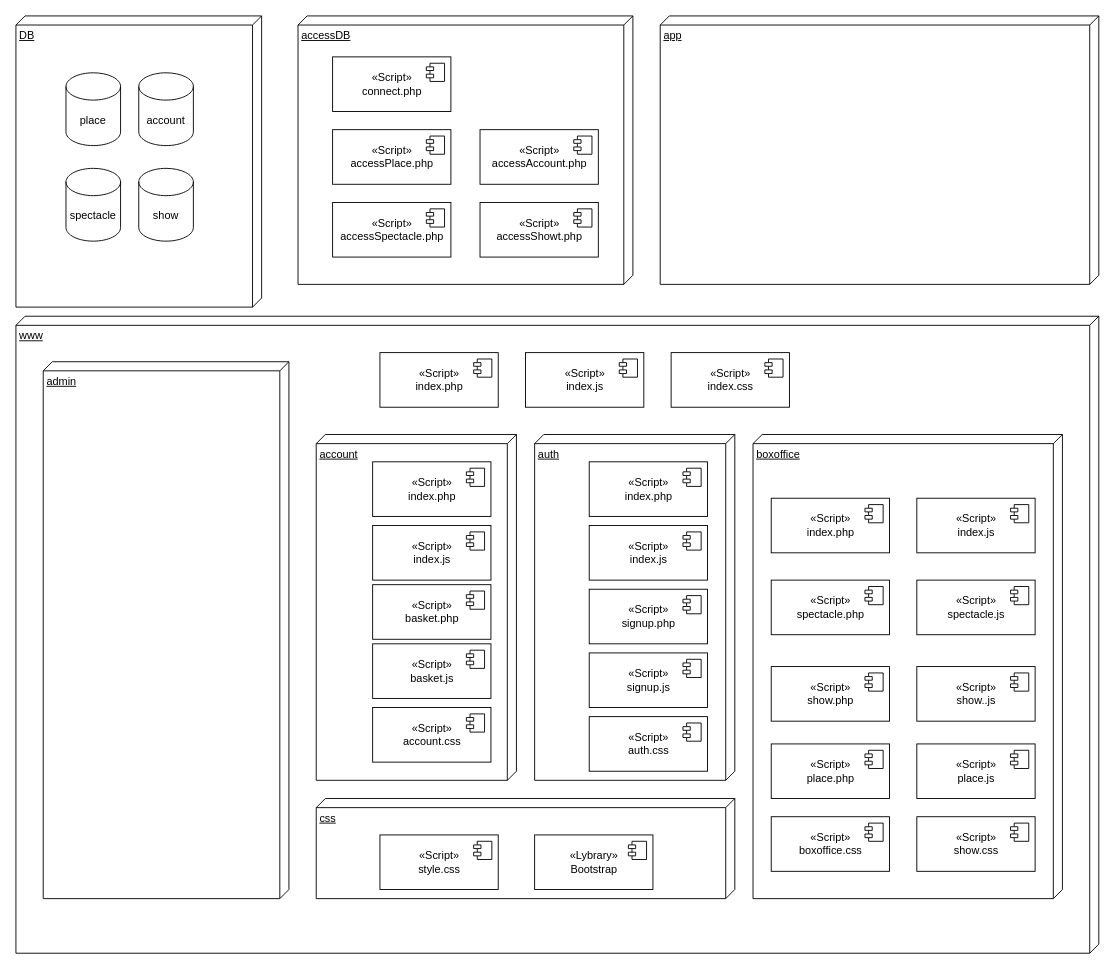
This is page "diagramme de composants" (5 of 7) of analyse/Diagramme sans nom.drawio from baptisteRiviere/SpectacleHallManagement, a draw.io file, before an edit. Source tidied: cells renumbered, new cells numbered last; positions are measured from the earlier drawing's top-left corner, leaving out a move shared by most shapes. Both pictures are drawn from the tidied source at 91%, with x=0, y=0 at pixel (15, 15).
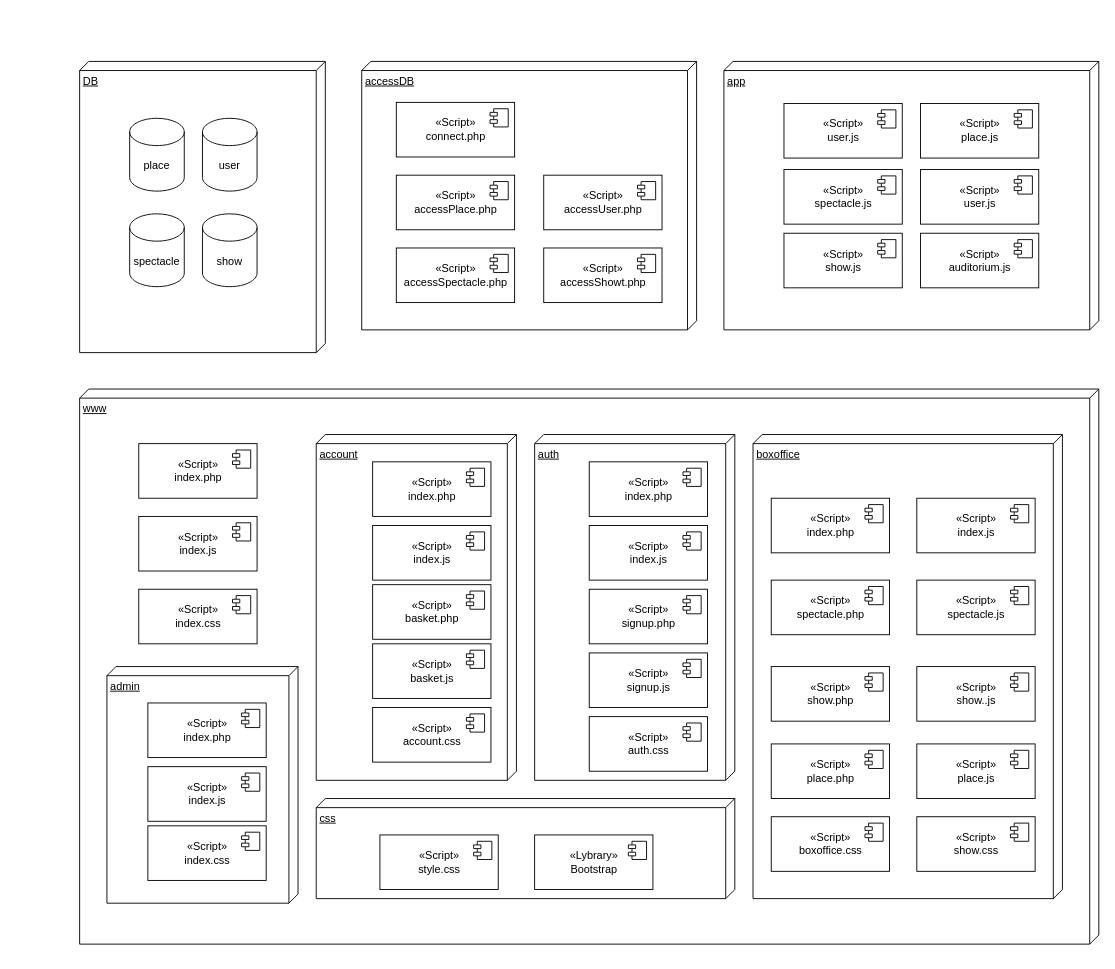
The same page after the edit.

Change to the diagram source:
```diff
@@
     <mxCell id="2" value="DB" style="verticalAlign=top;align=left;spacingTop=8;spacingLeft=2;spacingRight=12;shape=cube;size=10;direction=south;fontStyle=4;html=1;" parent="1" vertex="1">
-      <mxGeometry width="270" height="320" as="geometry" />
+      <mxGeometry x="70" y="50" width="270" height="320" as="geometry" />
     </mxCell>
     <mxCell id="3" value="www" style="verticalAlign=top;align=left;spacingTop=8;spacingLeft=2;spacingRight=12;shape=cube;size=10;direction=south;fontStyle=4;html=1;" parent="1" vertex="1">
-      <mxGeometry y="330" width="1190" height="700" as="geometry" />
+      <mxGeometry x="70" y="410" width="1120" height="610" as="geometry" />
     </mxCell>
@@
     <mxCell id="5" value="app" style="verticalAlign=top;align=left;spacingTop=8;spacingLeft=2;spacingRight=12;shape=cube;size=10;direction=south;fontStyle=4;html=1;" parent="1" vertex="1">
-      <mxGeometry x="708" width="482" height="295" as="geometry" />
+      <mxGeometry x="778" y="50" width="412" height="295" as="geometry" />
     </mxCell>
@@
     <mxCell id="7" value="&lt;div&gt;«Script»&lt;/div&gt;&lt;div&gt;index.php&lt;br&gt;&lt;/div&gt;" style="html=1;" parent="1" vertex="1">
-      <mxGeometry x="400" y="370" width="130" height="60" as="geometry" />
+      <mxGeometry x="135" y="470" width="130" height="60" as="geometry" />
     </mxCell>
@@
     <mxCell id="9" value="accessDB" style="verticalAlign=top;align=left;spacingTop=8;spacingLeft=2;spacingRight=12;shape=cube;size=10;direction=south;fontStyle=4;html=1;" parent="1" vertex="1">
-      <mxGeometry x="310" width="368" height="295" as="geometry" />
+      <mxGeometry x="380" y="50" width="368" height="295" as="geometry" />
     </mxCell>
     <mxCell id="10" value="admin" style="verticalAlign=top;align=left;spacingTop=8;spacingLeft=2;spacingRight=12;shape=cube;size=10;direction=south;fontStyle=4;html=1;" parent="1" vertex="1">
-      <mxGeometry x="30" y="380" width="270" height="590" as="geometry" />
+      <mxGeometry x="100" y="715" width="210" height="260" as="geometry" />
     </mxCell>
-    <mxCell id="11" value="account" style="shape=cylinder3;whiteSpace=wrap;html=1;boundedLbl=1;backgroundOutline=1;size=15;" parent="1" vertex="1">
-      <mxGeometry x="135" y="62.5" width="60" height="80" as="geometry" />
+    <mxCell id="11" value="user" style="shape=cylinder3;whiteSpace=wrap;html=1;boundedLbl=1;backgroundOutline=1;size=15;" parent="1" vertex="1">
+      <mxGeometry x="205" y="112.5" width="60" height="80" as="geometry" />
     </mxCell>
     <mxCell id="12" value="place" style="shape=cylinder3;whiteSpace=wrap;html=1;boundedLbl=1;backgroundOutline=1;size=15;" parent="1" vertex="1">
-      <mxGeometry x="55" y="62.5" width="60" height="80" as="geometry" />
+      <mxGeometry x="125" y="112.5" width="60" height="80" as="geometry" />
     </mxCell>
     <mxCell id="13" value="spectacle" style="shape=cylinder3;whiteSpace=wrap;html=1;boundedLbl=1;backgroundOutline=1;size=15;" parent="1" vertex="1">
-      <mxGeometry x="55" y="167.5" width="60" height="80" as="geometry" />
+      <mxGeometry x="125" y="217.5" width="60" height="80" as="geometry" />
     </mxCell>
     <mxCell id="14" value="show" style="shape=cylinder3;whiteSpace=wrap;html=1;boundedLbl=1;backgroundOutline=1;size=15;" parent="1" vertex="1">
-      <mxGeometry x="135" y="167.5" width="60" height="80" as="geometry" />
+      <mxGeometry x="205" y="217.5" width="60" height="80" as="geometry" />
     </mxCell>
@@
     <mxCell id="19" value="&lt;div&gt;«Script»&lt;/div&gt;&lt;div&gt;connect.php&lt;br&gt;&lt;/div&gt;" style="html=1;" parent="1" vertex="1">
-      <mxGeometry x="348" y="45" width="130" height="60" as="geometry" />
+      <mxGeometry x="418" y="95" width="130" height="60" as="geometry" />
     </mxCell>
@@
     <mxCell id="37" value="&lt;div&gt;«Script»&lt;/div&gt;&lt;div&gt;index.js&lt;br&gt;&lt;/div&gt;" style="html=1;" parent="1" vertex="1">
-      <mxGeometry x="560" y="370" width="130" height="60" as="geometry" />
+      <mxGeometry x="135" y="550" width="130" height="60" as="geometry" />
     </mxCell>
@@
     <mxCell id="57" value="&lt;div&gt;«Script»&lt;/div&gt;&lt;div&gt;accessPlace.php&lt;br&gt;&lt;/div&gt;" style="html=1;" parent="1" vertex="1">
-      <mxGeometry x="348" y="125" width="130" height="60" as="geometry" />
+      <mxGeometry x="418" y="175" width="130" height="60" as="geometry" />
     </mxCell>
@@
     <mxCell id="59" value="&lt;div&gt;«Script»&lt;/div&gt;&lt;div&gt;accessSpectacle.php&lt;br&gt;&lt;/div&gt;" style="html=1;" parent="1" vertex="1">
-      <mxGeometry x="348" y="205" width="130" height="60" as="geometry" />
+      <mxGeometry x="418" y="255" width="130" height="60" as="geometry" />
     </mxCell>
@@
     <mxCell id="61" value="&lt;div&gt;«Script»&lt;/div&gt;&lt;div&gt;index.css&lt;br&gt;&lt;/div&gt;" style="html=1;" parent="1" vertex="1">
-      <mxGeometry x="720" y="370" width="130" height="60" as="geometry" />
+      <mxGeometry x="135" y="630" width="130" height="60" as="geometry" />
     </mxCell>
@@
-    <mxCell id="63" value="&lt;div&gt;«Script»&lt;/div&gt;&lt;div&gt;accessAccount.php&lt;br&gt;&lt;/div&gt;" style="html=1;" parent="1" vertex="1">
-      <mxGeometry x="510" y="125" width="130" height="60" as="geometry" />
+    <mxCell id="63" value="&lt;div&gt;«Script»&lt;/div&gt;&lt;div&gt;accessUser.php&lt;br&gt;&lt;/div&gt;" style="html=1;" parent="1" vertex="1">
+      <mxGeometry x="580" y="175" width="130" height="60" as="geometry" />
     </mxCell>
@@
     <mxCell id="65" value="&lt;div&gt;«Script»&lt;/div&gt;&lt;div&gt;accessShowt.php&lt;br&gt;&lt;/div&gt;" style="html=1;" parent="1" vertex="1">
-      <mxGeometry x="510" y="205" width="130" height="60" as="geometry" />
+      <mxGeometry x="580" y="255" width="130" height="60" as="geometry" />
     </mxCell>
@@
+    <mxCell id="75" value="&lt;div&gt;«Script»&lt;/div&gt;&lt;div&gt;index.js&lt;br&gt;&lt;/div&gt;" style="html=1;" parent="1" vertex="1">
+      <mxGeometry x="145" y="825" width="130" height="60" as="geometry" />
+    </mxCell>
+    <mxCell id="76" style="shape=module;jettyWidth=8;jettyHeight=4;" parent="75" vertex="1">
+      <mxGeometry x="1" width="20" height="20" relative="1" as="geometry">
+        <mxPoint x="-27" y="7" as="offset" />
+      </mxGeometry>
+    </mxCell>
+    <mxCell id="77" value="&lt;div&gt;«Script»&lt;/div&gt;&lt;div&gt;index.php&lt;br&gt;&lt;/div&gt;" style="html=1;" parent="1" vertex="1">
+      <mxGeometry x="145" y="755" width="130" height="60" as="geometry" />
+    </mxCell>
+    <mxCell id="78" style="shape=module;jettyWidth=8;jettyHeight=4;" parent="77" vertex="1">
+      <mxGeometry x="1" width="20" height="20" relative="1" as="geometry">
+        <mxPoint x="-27" y="7" as="offset" />
+      </mxGeometry>
+    </mxCell>
+    <mxCell id="79" value="&lt;div&gt;«Script»&lt;/div&gt;&lt;div&gt;index.css&lt;br&gt;&lt;/div&gt;" style="html=1;" parent="1" vertex="1">
+      <mxGeometry x="145" y="890" width="130" height="60" as="geometry" />
+    </mxCell>
+    <mxCell id="80" style="shape=module;jettyWidth=8;jettyHeight=4;" parent="79" vertex="1">
+      <mxGeometry x="1" width="20" height="20" relative="1" as="geometry">
+        <mxPoint x="-27" y="7" as="offset" />
+      </mxGeometry>
+    </mxCell>
+    <mxCell id="81" value="&lt;div&gt;«Script»&lt;/div&gt;&lt;div&gt;user.js&lt;br&gt;&lt;/div&gt;" style="html=1;" parent="1" vertex="1">
+      <mxGeometry x="844" y="96.2" width="130" height="60" as="geometry" />
+    </mxCell>
+    <mxCell id="82" style="shape=module;jettyWidth=8;jettyHeight=4;" parent="81" vertex="1">
+      <mxGeometry x="1" width="20" height="20" relative="1" as="geometry">
+        <mxPoint x="-27" y="7" as="offset" />
+      </mxGeometry>
+    </mxCell>
+    <mxCell id="83" value="&lt;div&gt;«Script»&lt;/div&gt;&lt;div&gt;spectacle.js&lt;br&gt;&lt;/div&gt;" style="html=1;" parent="1" vertex="1">
+      <mxGeometry x="844" y="168.8" width="130" height="60" as="geometry" />
+    </mxCell>
+    <mxCell id="84" style="shape=module;jettyWidth=8;jettyHeight=4;" parent="83" vertex="1">
+      <mxGeometry x="1" width="20" height="20" relative="1" as="geometry">
+        <mxPoint x="-27" y="7" as="offset" />
+      </mxGeometry>
+    </mxCell>
+    <mxCell id="85" value="&lt;div&gt;«Script»&lt;/div&gt;&lt;div&gt;show.js&lt;br&gt;&lt;/div&gt;" style="html=1;" parent="1" vertex="1">
+      <mxGeometry x="844" y="238.8" width="130" height="60" as="geometry" />
+    </mxCell>
+    <mxCell id="86" style="shape=module;jettyWidth=8;jettyHeight=4;" parent="85" vertex="1">
+      <mxGeometry x="1" width="20" height="20" relative="1" as="geometry">
+        <mxPoint x="-27" y="7" as="offset" />
+      </mxGeometry>
+    </mxCell>
+    <mxCell id="87" value="&lt;div&gt;«Script»&lt;/div&gt;&lt;div&gt;place.js&lt;br&gt;&lt;/div&gt;" style="html=1;" parent="1" vertex="1">
+      <mxGeometry x="994" y="96.2" width="130" height="60" as="geometry" />
+    </mxCell>
+    <mxCell id="88" style="shape=module;jettyWidth=8;jettyHeight=4;" parent="87" vertex="1">
+      <mxGeometry x="1" width="20" height="20" relative="1" as="geometry">
+        <mxPoint x="-27" y="7" as="offset" />
+      </mxGeometry>
+    </mxCell>
+    <mxCell id="89" value="&lt;div&gt;«Script»&lt;/div&gt;&lt;div&gt;user.js&lt;br&gt;&lt;/div&gt;" style="html=1;" parent="1" vertex="1">
+      <mxGeometry x="994" y="168.8" width="130" height="60" as="geometry" />
+    </mxCell>
+    <mxCell id="90" style="shape=module;jettyWidth=8;jettyHeight=4;" parent="89" vertex="1">
+      <mxGeometry x="1" width="20" height="20" relative="1" as="geometry">
+        <mxPoint x="-27" y="7" as="offset" />
+      </mxGeometry>
+    </mxCell>
+    <mxCell id="91" value="&lt;div&gt;«Script»&lt;/div&gt;&lt;div&gt;auditorium.js&lt;br&gt;&lt;/div&gt;" style="html=1;" parent="1" vertex="1">
+      <mxGeometry x="994" y="238.8" width="130" height="60" as="geometry" />
+    </mxCell>
+    <mxCell id="92" style="shape=module;jettyWidth=8;jettyHeight=4;" parent="91" vertex="1">
+      <mxGeometry x="1" width="20" height="20" relative="1" as="geometry">
+        <mxPoint x="-27" y="7" as="offset" />
+      </mxGeometry>
+    </mxCell>
```
